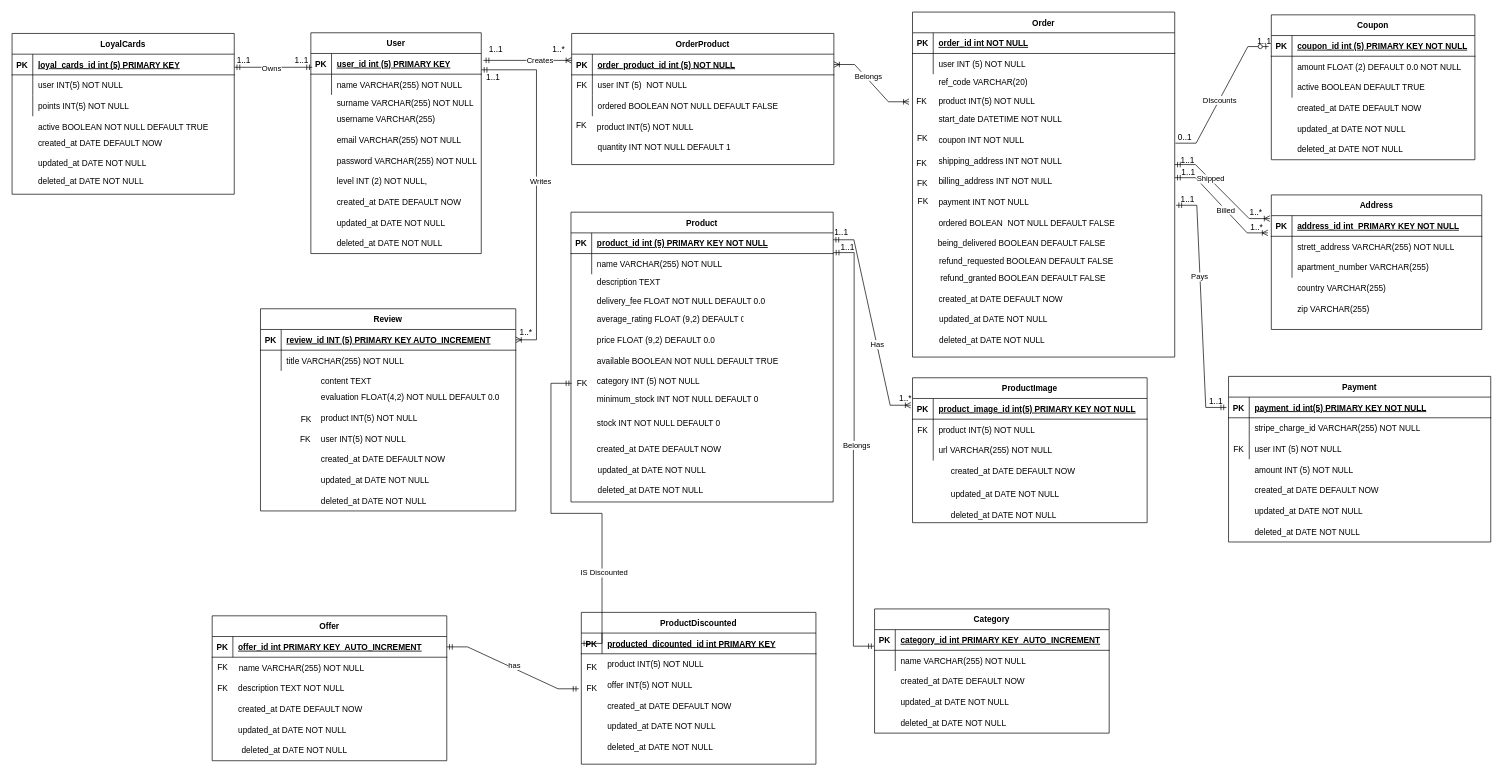
omonimus1/DE_store_management keeps this draw.io diagram as db_design.drawio. Above is the earlier version. Source tidied: cells renumbered, new cells numbered last; positions are measured from the earlier drawing's top-left corner, leaving out a move shared by most shapes. Both pictures are drawn from the tidied source at 69%, with x=0, y=0 at pixel (12, 12).
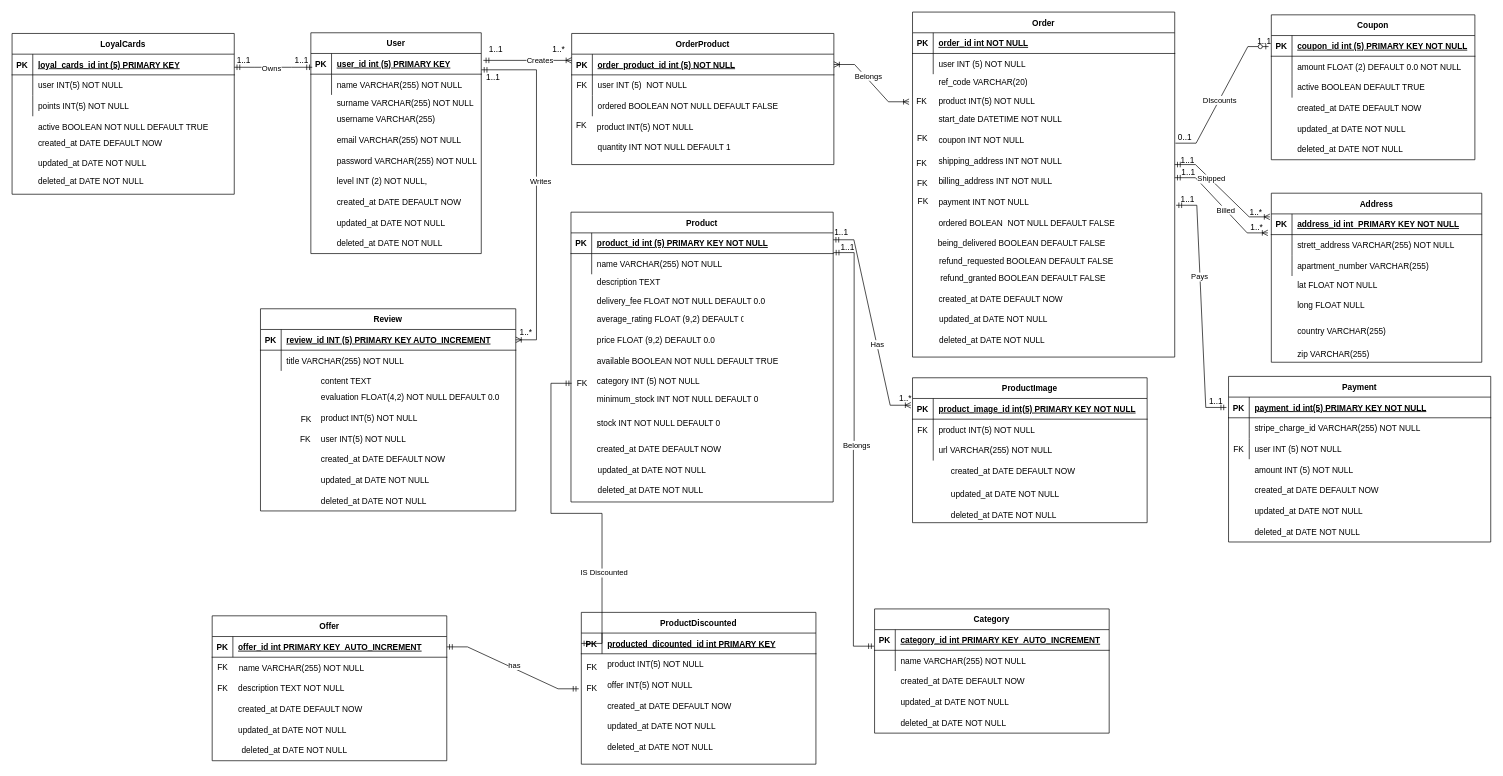
The same page after the edit.

Diff of the diagram source:
```diff
@@
     <mxCell id="214" value="Address" style="shape=table;startSize=30;childLayout=tableLayout;rowLines=0;fontStyle=1;align=center;" parent="1" vertex="1">
-      <mxGeometry x="1825" y="265" width="305" height="195" as="geometry" />
+      <mxGeometry x="1825" y="262.5" width="305" height="245" as="geometry" />
     </mxCell>
@@
     <mxCell id="225" value="country VARCHAR(255)" style="shape=partialRectangle;overflow=hidden;fillColor=none;top=0;left=0;bottom=0;right=0;align=left;spacingLeft=6;" parent="1" vertex="1">
-      <mxGeometry x="1855" y="385" width="220" height="30" as="geometry" />
+      <mxGeometry x="1855" y="447" width="220" height="30" as="geometry" />
     </mxCell>
     <mxCell id="226" value="zip VARCHAR(255)" style="shape=partialRectangle;overflow=hidden;fillColor=none;top=0;left=0;bottom=0;right=0;align=left;spacingLeft=6;" parent="1" vertex="1">
-      <mxGeometry x="1855" y="415" width="220" height="30" as="geometry" />
+      <mxGeometry x="1855" y="480" width="220" height="30" as="geometry" />
     </mxCell>
@@
+    <mxCell id="250" value="lat FLOAT NOT NULL" style="shape=partialRectangle;overflow=hidden;fillColor=none;top=0;left=0;bottom=0;right=0;align=left;spacingLeft=6;" parent="1" vertex="1">
+      <mxGeometry x="1855" y="380" width="275" height="30" as="geometry" />
+    </mxCell>
+    <mxCell id="251" value="long FLOAT NULL" style="shape=partialRectangle;overflow=hidden;fillColor=none;top=0;left=0;bottom=0;right=0;align=left;spacingLeft=6;" parent="1" vertex="1">
+      <mxGeometry x="1855" y="410" width="275" height="30" as="geometry" />
+    </mxCell>
```
